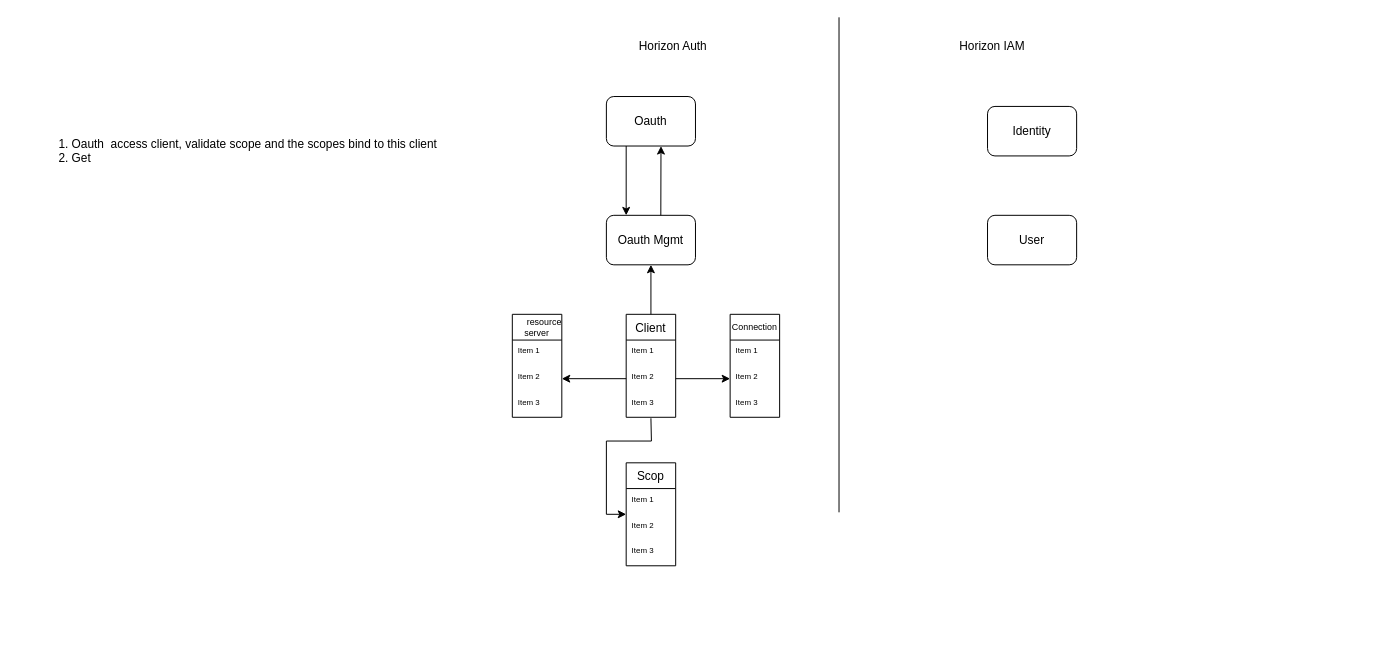
zhangwm1987/mydraw_io keeps this draw.io diagram as Untitled Diagram.drawio. Above is the earlier version. Source tidied: cells renumbered, new cells numbered last; positions are measured from the earlier drawing's top-left corner, leaving out a move shared by most shapes. Both pictures are drawn from the tidied source at 99%, with x=0, y=0 at pixel (56, 17).
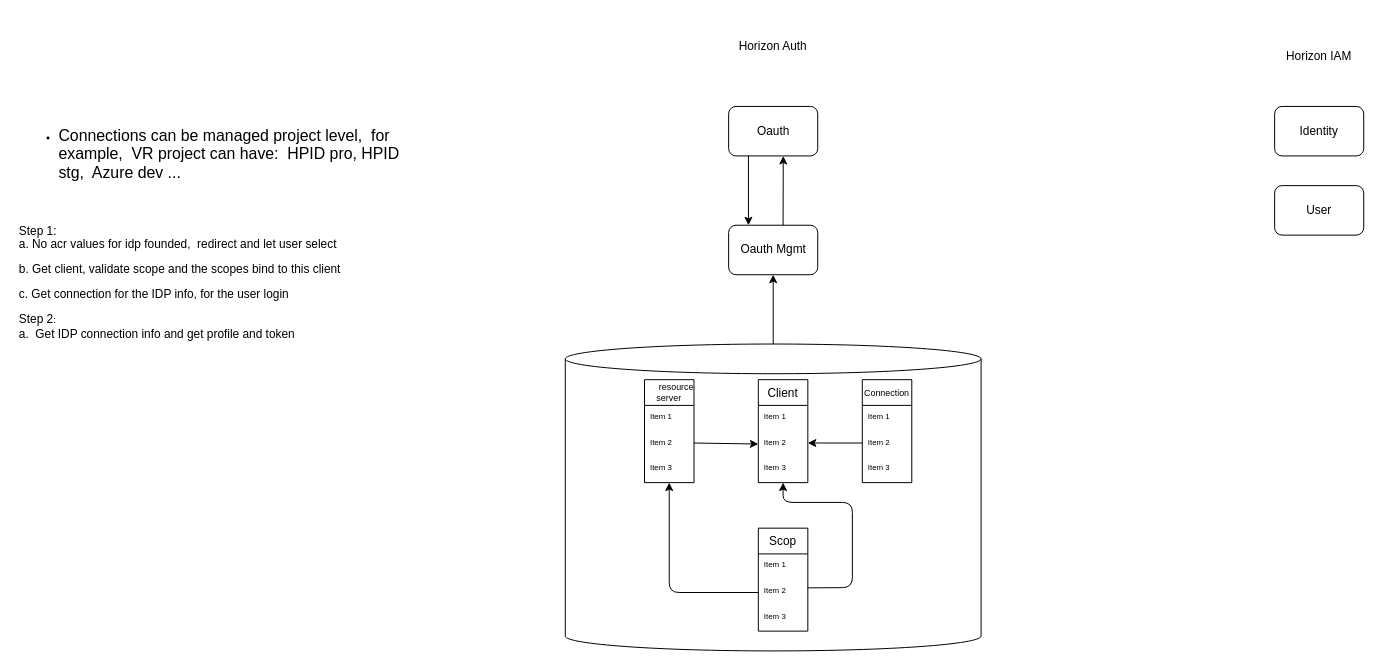
The same page after the edit.

Unchanged cells that the change refers to:
```xml
<mxCell id="11" value="Item 2" style="text;strokeColor=none;fillColor=none;align=left;verticalAlign=top;spacingLeft=4;spacingRight=4;overflow=hidden;points=[[0,0.5],[1,0.5]];portConstraint=eastwest;fontSize=8;" parent="9" vertex="1">
  <mxGeometry y="52" width="50" height="26" as="geometry" />
</mxCell>
<mxCell id="12" value="Item 3" style="text;strokeColor=none;fillColor=none;align=left;verticalAlign=top;spacingLeft=4;spacingRight=4;overflow=hidden;points=[[0,0.5],[1,0.5]];portConstraint=eastwest;fontSize=8;" parent="9" vertex="1">
  <mxGeometry y="78" width="50" height="26" as="geometry" />
</mxCell>
<mxCell id="15" value="Item 2" style="text;strokeColor=none;fillColor=none;align=left;verticalAlign=top;spacingLeft=4;spacingRight=4;overflow=hidden;points=[[0,0.5],[1,0.5]];portConstraint=eastwest;fontSize=8;" parent="13" vertex="1">
  <mxGeometry y="52" width="50" height="26" as="geometry" />
</mxCell>
<mxCell id="19" value="Item 2" style="text;strokeColor=none;fillColor=none;align=left;verticalAlign=top;spacingLeft=4;spacingRight=4;overflow=hidden;points=[[0,0.5],[1,0.5]];portConstraint=eastwest;fontSize=8;" parent="17" vertex="1">
  <mxGeometry y="52" width="50" height="26" as="geometry" />
</mxCell>
<mxCell id="23" value="Item 2" style="text;strokeColor=none;fillColor=none;align=left;verticalAlign=top;spacingLeft=4;spacingRight=4;overflow=hidden;points=[[0,0.5],[1,0.5]];portConstraint=eastwest;fontSize=8;" parent="21" vertex="1">
  <mxGeometry y="52" width="50" height="26" as="geometry" />
</mxCell>
<mxCell id="24" value="Item 3" style="text;strokeColor=none;fillColor=none;align=left;verticalAlign=top;spacingLeft=4;spacingRight=4;overflow=hidden;points=[[0,0.5],[1,0.5]];portConstraint=eastwest;fontSize=8;" parent="21" vertex="1">
  <mxGeometry y="78" width="50" height="26" as="geometry" />
</mxCell>
```

The edit, as a diff of the source:
```diff
@@
+    <mxCell id="32" style="shape=cylinder3;whiteSpace=wrap;html=1;boundedLbl=1;backgroundOutline=1;size=15;fontSize=9;gradientColor=none;" parent="1" vertex="1">
+      <mxGeometry x="513.5" y="330" width="420" height="310" as="geometry" />
+    </mxCell>
     <mxCell id="2" value="Oauth" style="rounded=1;whiteSpace=wrap;html=1;" parent="1" vertex="1">
-      <mxGeometry x="555" y="80" width="90" height="50" as="geometry" />
+      <mxGeometry x="678.5" y="90" width="90" height="50" as="geometry" />
     </mxCell>
     <mxCell id="3" value="Oauth Mgmt" style="rounded=1;whiteSpace=wrap;html=1;" parent="1" vertex="1">
-      <mxGeometry x="555" y="200" width="90" height="50" as="geometry" />
+      <mxGeometry x="678.5" y="210" width="90" height="50" as="geometry" />
     </mxCell>
-    <mxCell id="4" style="endArrow=none;html=1;" parent="1" edge="1">
-      <mxGeometry relative="1" as="geometry">
-        <mxPoint x="790" y="500" as="sourcePoint" />
-        <mxPoint x="790" as="targetPoint" />
-      </mxGeometry>
-    </mxCell>
     <mxCell id="5" value="Horizon Auth" style="text;html=1;strokeColor=none;fillColor=none;align=center;verticalAlign=middle;whiteSpace=wrap;rounded=0;" parent="1" vertex="1">
-      <mxGeometry x="560" y="20" width="125" height="20" as="geometry" />
+      <mxGeometry x="661" y="20" width="125" height="20" as="geometry" />
     </mxCell>
     <mxCell id="6" value="Horizon IAM" style="text;html=1;strokeColor=none;fillColor=none;align=center;verticalAlign=middle;whiteSpace=wrap;rounded=0;" parent="1" vertex="1">
-      <mxGeometry x="880" y="20" width="130" height="20" as="geometry" />
+      <mxGeometry x="1210" y="30" width="130" height="20" as="geometry" />
     </mxCell>
     <mxCell id="7" value="Identity" style="rounded=1;whiteSpace=wrap;html=1;" parent="1" vertex="1">
-      <mxGeometry x="940" y="90" width="90" height="50" as="geometry" />
+      <mxGeometry x="1230" y="90" width="90" height="50" as="geometry" />
     </mxCell>
     <mxCell id="8" value="User" style="rounded=1;whiteSpace=wrap;html=1;" parent="1" vertex="1">
-      <mxGeometry x="940" y="200" width="90" height="50" as="geometry" />
+      <mxGeometry x="1230" y="170" width="90" height="50" as="geometry" />
     </mxCell>
     <mxCell id="9" value="Client" style="swimlane;fontStyle=0;horizontal=1;startSize=26;" parent="1" vertex="1">
-      <mxGeometry x="575" y="300" width="50" height="104" as="geometry" />
+      <mxGeometry x="708.5" y="366" width="50" height="104" as="geometry" />
     </mxCell>
@@
     <mxCell id="13" value="Scop" style="swimlane;fontStyle=0;horizontal=1;startSize=26;" parent="1" vertex="1">
-      <mxGeometry x="575" y="450" width="50" height="104" as="geometry" />
+      <mxGeometry x="708.5" y="516" width="50" height="104" as="geometry" />
     </mxCell>
@@
     <mxCell id="17" value="Connection" style="swimlane;fontStyle=0;horizontal=1;startSize=26;fontSize=9;" parent="1" vertex="1">
-      <mxGeometry x="680" y="300" width="50" height="104" as="geometry" />
+      <mxGeometry x="813.5" y="366" width="50" height="104" as="geometry" />
     </mxCell>
@@
     <mxCell id="21" value="      resource&#10;server" style="swimlane;fontStyle=0;horizontal=1;startSize=26;fontSize=9;" parent="1" vertex="1">
-      <mxGeometry x="460" y="300" width="50" height="104" as="geometry" />
+      <mxGeometry x="593.5" y="366" width="50" height="104" as="geometry" />
     </mxCell>
@@
-    <mxCell id="25" value="&lt;font style=&quot;font-size: 12px&quot;&gt;1. Oauth&amp;nbsp; access client, validate scope and the scopes bind to this client&lt;br&gt;2. Get&amp;nbsp;&lt;/font&gt;" style="text;html=1;strokeColor=none;fillColor=none;align=left;verticalAlign=middle;whiteSpace=wrap;rounded=0;fontSize=9;" parent="1" vertex="1">
-      <mxGeometry y="120" width="400" height="30" as="geometry" />
+    <mxCell id="25" value="&lt;div&gt;&lt;br&gt;&lt;/div&gt;&lt;ul&gt;&lt;li&gt;&lt;font&gt;&lt;font style=&quot;font-size: 16px&quot;&gt;Connections can be managed project level,&amp;nbsp; for example,&amp;nbsp; VR project can have:&amp;nbsp; HPID pro, HPID stg,&amp;nbsp; Azure dev ...&lt;/font&gt;&lt;/font&gt;&lt;/li&gt;&lt;/ul&gt;&lt;font&gt;&lt;br&gt;&lt;br&gt;&lt;br&gt;&lt;span style=&quot;font-size: 12px&quot;&gt;Step 1:&lt;/span&gt;&lt;br&gt;&lt;span style=&quot;font-size: 12px&quot;&gt;a. No acr values for idp founded,&amp;nbsp; redirect and let user select&lt;/span&gt;&lt;br&gt;&lt;br&gt;&lt;span style=&quot;font-size: 12px&quot;&gt;b. Get client, validate scope and the scopes bind to this client&lt;/span&gt;&lt;br&gt;&lt;br&gt;&lt;span style=&quot;font-size: 12px&quot;&gt;c. Get connection for the IDP info, for the user login&lt;/span&gt;&lt;br&gt;&lt;br&gt;&lt;font style=&quot;font-size: 12px&quot;&gt;Step 2&lt;/font&gt;&lt;font&gt;&lt;span style=&quot;font-size: 10px&quot;&gt;:&lt;/span&gt;&lt;br&gt;&lt;font style=&quot;font-size: 12px&quot;&gt;a.&amp;nbsp; Get IDP connection info and get profile and token&lt;br&gt;&lt;/font&gt;&lt;br&gt;&lt;/font&gt;&lt;br&gt;&lt;br&gt;&lt;br&gt;&lt;br&gt;&lt;/font&gt;" style="text;html=1;strokeColor=none;fillColor=none;align=left;verticalAlign=middle;whiteSpace=wrap;rounded=0;fontSize=9;" parent="1" vertex="1">
+      <mxGeometry x="-40" y="115" width="400" height="240" as="geometry" />
     </mxCell>
-    <mxCell id="26" style="edgeStyle=orthogonalEdgeStyle;rounded=0;jettySize=auto;html=1;entryX=0;entryY=0.5;entryDx=0;entryDy=0;fontSize=9;" parent="1" edge="1" target="13">
-      <mxGeometry relative="1" as="geometry">
-        <mxPoint x="600" y="405" as="sourcePoint" />
-      </mxGeometry>
-    </mxCell>
-    <mxCell id="27" style="edgeStyle=orthogonalEdgeStyle;rounded=0;jettySize=auto;html=1;exitX=1;exitY=0.5;exitDx=0;exitDy=0;entryX=0;entryY=0.5;entryDx=0;entryDy=0;fontSize=9;" parent="1" edge="1" source="11" target="19">
-      <mxGeometry relative="1" as="geometry" />
-    </mxCell>
-    <mxCell id="28" style="edgeStyle=orthogonalEdgeStyle;rounded=0;jettySize=auto;html=1;exitX=0;exitY=0.5;exitDx=0;exitDy=0;entryX=1;entryY=0.5;entryDx=0;entryDy=0;fontSize=9;" parent="1" edge="1" source="11" target="23">
-      <mxGeometry relative="1" as="geometry" />
-    </mxCell>
     <mxCell id="29" style="endArrow=classic;html=1;fontSize=9;" parent="1" edge="1">
       <mxGeometry relative="1" as="geometry">
-        <mxPoint x="575" y="130" as="sourcePoint" />
-        <mxPoint x="575" y="200" as="targetPoint" />
+        <mxPoint x="698.5" y="140" as="sourcePoint" />
+        <mxPoint x="698.5" y="210" as="targetPoint" />
       </mxGeometry>
     </mxCell>
     <mxCell id="30" style="endArrow=classic;html=1;fontSize=9;entryX=0.613;entryY=1.002;entryDx=0;entryDy=0;entryPerimeter=0;" parent="1" edge="1" target="2">
       <mxGeometry relative="1" as="geometry">
-        <mxPoint x="610" y="200" as="sourcePoint" />
+        <mxPoint x="733.5" y="210" as="sourcePoint" />
       </mxGeometry>
     </mxCell>
-    <mxCell id="31" style="endArrow=classic;html=1;fontSize=9;entryX=0.5;entryY=1;entryDx=0;entryDy=0;" parent="1" edge="1" target="3">
-      <mxGeometry relative="1" as="geometry">
-        <mxPoint x="600" y="300" as="sourcePoint" />
-      </mxGeometry>
+    <mxCell id="31" style="endArrow=classic;html=1;fontSize=9;entryX=0.5;entryY=1;entryDx=0;entryDy=0;exitX=0.5;exitY=0;exitDx=0;exitDy=0;exitPerimeter=0;" parent="1" edge="1" source="32" target="3">
+      <mxGeometry relative="1" as="geometry" />
     </mxCell>
+    <mxCell id="33" style="endArrow=classic;html=1;fontSize=9;" parent="1" edge="1">
+      <mxGeometry relative="1" as="geometry">
+        <mxPoint x="813.5" y="430" as="sourcePoint" />
+        <mxPoint x="758.5" y="430" as="targetPoint" />
+      </mxGeometry>
+    </mxCell>
+    <mxCell id="34" style="endArrow=classic;html=1;fontSize=9;entryX=0;entryY=0.5;entryDx=0;entryDy=0;" parent="1" edge="1" target="11">
+      <mxGeometry relative="1" as="geometry">
+        <mxPoint x="643.5" y="430" as="sourcePoint" />
+      </mxGeometry>
+    </mxCell>
+    <mxCell id="35" style="endArrow=classic;html=1;fontSize=9;exitX=0.991;exitY=0.32;exitDx=0;exitDy=0;exitPerimeter=0;" parent="1" edge="1" source="15" target="12">
+      <mxGeometry relative="1" as="geometry">
+        <Array as="points">
+          <mxPoint x="803.5" y="576" />
+          <mxPoint x="803.5" y="490" />
+          <mxPoint x="733.5" y="490" />
+        </Array>
+      </mxGeometry>
+    </mxCell>
+    <mxCell id="36" style="endArrow=classic;html=1;fontSize=9;exitX=0;exitY=0.5;exitDx=0;exitDy=0;" parent="1" edge="1" source="15" target="24">
+      <mxGeometry relative="1" as="geometry">
+        <Array as="points">
+          <mxPoint x="618.5" y="581" />
+        </Array>
+      </mxGeometry>
+    </mxCell>
```
